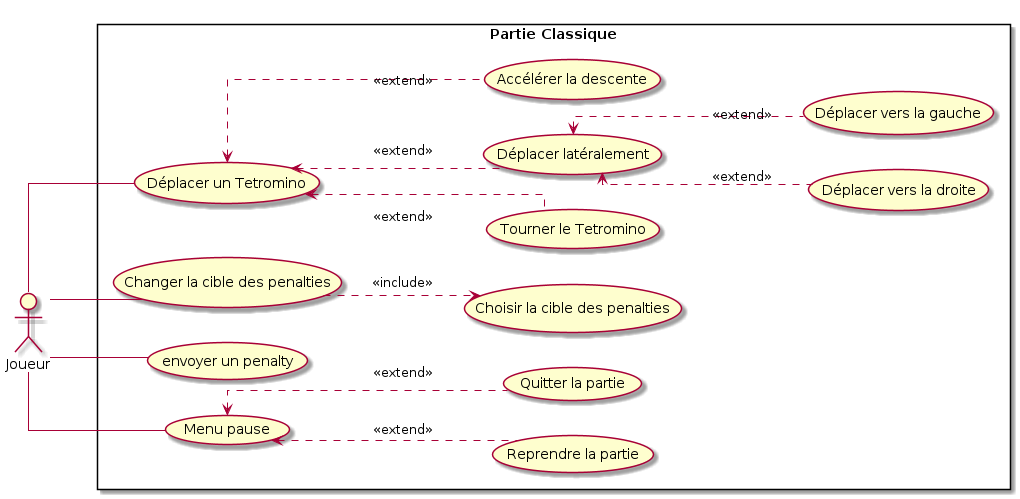
This is res/uml/usecase/ClassicUseCase.png from ulb-info2-group5/Royal-Blocks, a PlantUML export, as it was before one commit. Its source is kept beside it as doc/uml/usecase/en-jeu/ClassicUseCase.plantuml.
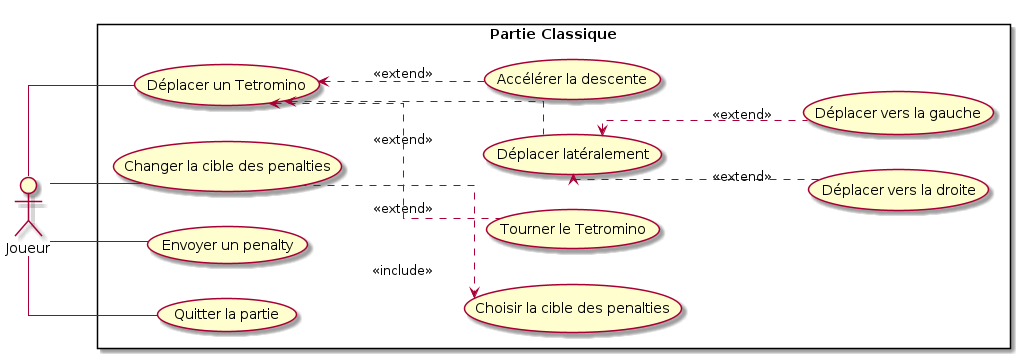
Later version of the same file.

What changed in the source:
```diff
@@ -14,22 +14,20 @@
 
     usecase "Choisir la cible des penalties" as choose_malus_target
 
-    usecase "envoyer un penalty" as throw_penalty
+    usecase "Envoyer un penalty" as throw_penalty
 
     usecase "Déplacer latéralement" as lateral_movement
     usecase "Accélérer la descente" as increase_descent
     usecase "Déplacer vers la droite" as move_right
     usecase "Déplacer vers la gauche" as move_left
 
-    usecase "Menu pause" as pause_menu
-    usecase "Reprendre la partie" as resume_game
     usecase "Quitter la partie" as quit_game
 }
 
 player -- move_piece
-player -- pause_menu
 player -- throw_penalty
 player -- change_malus_target
+player -- quit_game
 
 (move_piece) <-. (lateral_movement): <<extend>>
 (move_piece) <-. (increase_descent): <<extend>>
@@ -38,9 +36,6 @@
 (lateral_movement) <-. (move_left): <<extend>>
 
 
-(pause_menu) <-. (resume_game): <<extend>>
-(pause_menu) <-. (quit_game): <<extend>>
-
 (change_malus_target) .-> (choose_malus_target): <<include>>
 
 @enduml
```
